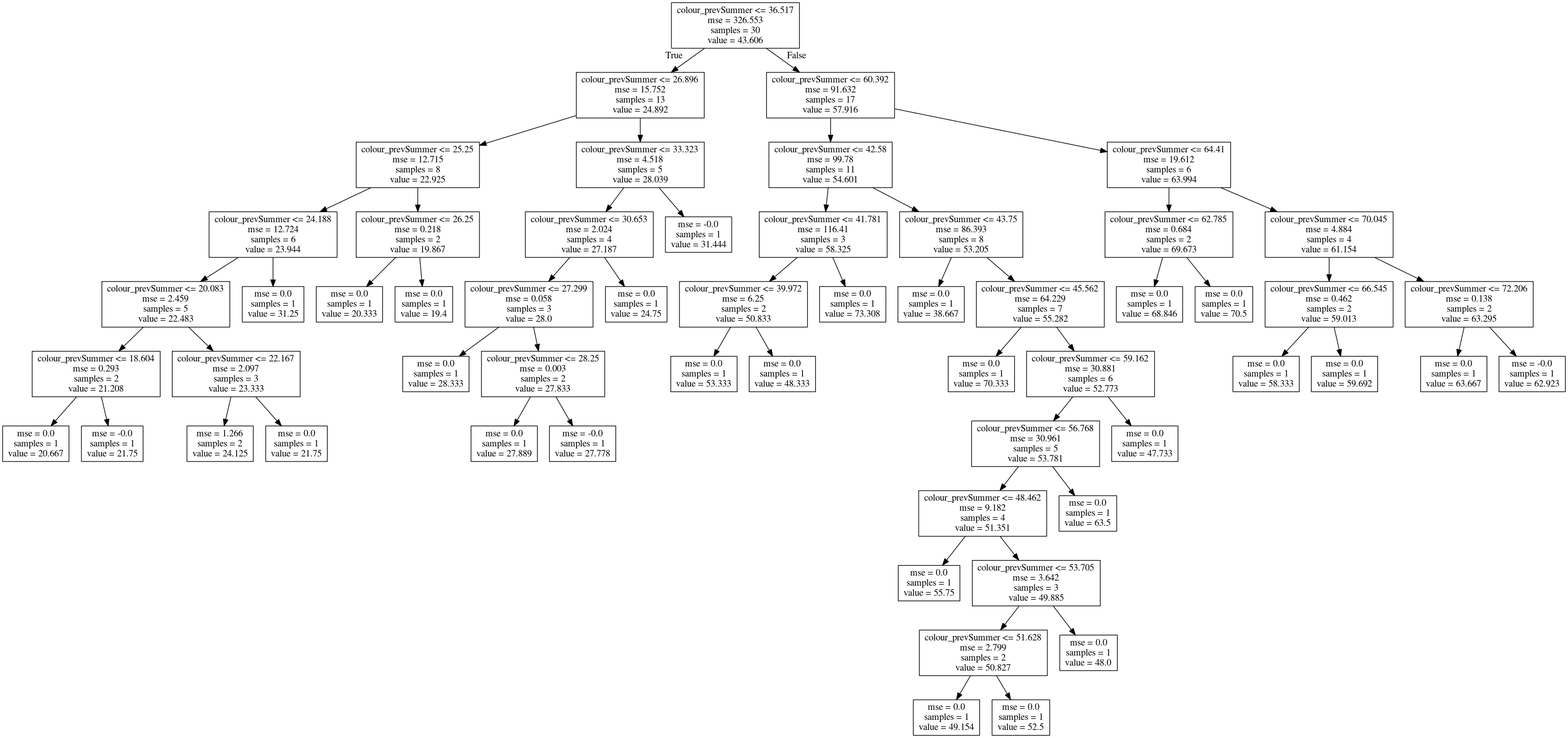
This is Norway_Morsa/Model_Development/Figures/Discretization_regTrees/summ_colour-colour_prevSummer.png from icra/WATExR, a Graphviz export, as it was before one commit. Its source is kept beside it as Norway_Morsa/Model_Development/Figures/Discretization_regTrees/summ_colour-colour_prevSummer.dot. Its diagram source:
```dot
digraph Tree {
node [shape=box] ;
0 [label="colour_prevSummer <= 36.517\nmse = 326.553\nsamples = 30\nvalue = 43.606"] ;
1 [label="colour_prevSummer <= 26.896\nmse = 15.752\nsamples = 13\nvalue = 24.892"] ;
0 -> 1 [labeldistance=2.5, labelangle=45, headlabel="True"] ;
2 [label="colour_prevSummer <= 25.25\nmse = 12.715\nsamples = 8\nvalue = 22.925"] ;
1 -> 2 ;
3 [label="colour_prevSummer <= 24.188\nmse = 12.724\nsamples = 6\nvalue = 23.944"] ;
2 -> 3 ;
4 [label="colour_prevSummer <= 20.083\nmse = 2.459\nsamples = 5\nvalue = 22.483"] ;
3 -> 4 ;
5 [label="colour_prevSummer <= 18.604\nmse = 0.293\nsamples = 2\nvalue = 21.208"] ;
4 -> 5 ;
6 [label="mse = 0.0\nsamples = 1\nvalue = 20.667"] ;
5 -> 6 ;
7 [label="mse = -0.0\nsamples = 1\nvalue = 21.75"] ;
5 -> 7 ;
8 [label="colour_prevSummer <= 22.167\nmse = 2.097\nsamples = 3\nvalue = 23.333"] ;
4 -> 8 ;
9 [label="mse = 1.266\nsamples = 2\nvalue = 24.125"] ;
8 -> 9 ;
10 [label="mse = 0.0\nsamples = 1\nvalue = 21.75"] ;
8 -> 10 ;
11 [label="mse = 0.0\nsamples = 1\nvalue = 31.25"] ;
3 -> 11 ;
12 [label="colour_prevSummer <= 26.25\nmse = 0.218\nsamples = 2\nvalue = 19.867"] ;
2 -> 12 ;
13 [label="mse = 0.0\nsamples = 1\nvalue = 20.333"] ;
12 -> 13 ;
14 [label="mse = 0.0\nsamples = 1\nvalue = 19.4"] ;
12 -> 14 ;
15 [label="colour_prevSummer <= 33.323\nmse = 4.518\nsamples = 5\nvalue = 28.039"] ;
1 -> 15 ;
16 [label="colour_prevSummer <= 30.653\nmse = 2.024\nsamples = 4\nvalue = 27.187"] ;
15 -> 16 ;
17 [label="colour_prevSummer <= 27.299\nmse = 0.058\nsamples = 3\nvalue = 28.0"] ;
16 -> 17 ;
18 [label="mse = 0.0\nsamples = 1\nvalue = 28.333"] ;
17 -> 18 ;
19 [label="colour_prevSummer <= 28.25\nmse = 0.003\nsamples = 2\nvalue = 27.833"] ;
17 -> 19 ;
20 [label="mse = 0.0\nsamples = 1\nvalue = 27.889"] ;
19 -> 20 ;
21 [label="mse = -0.0\nsamples = 1\nvalue = 27.778"] ;
19 -> 21 ;
22 [label="mse = 0.0\nsamples = 1\nvalue = 24.75"] ;
16 -> 22 ;
23 [label="mse = -0.0\nsamples = 1\nvalue = 31.444"] ;
15 -> 23 ;
24 [label="colour_prevSummer <= 60.392\nmse = 91.632\nsamples = 17\nvalue = 57.916"] ;
0 -> 24 [labeldistance=2.5, labelangle=-45, headlabel="False"] ;
25 [label="colour_prevSummer <= 42.58\nmse = 99.78\nsamples = 11\nvalue = 54.601"] ;
24 -> 25 ;
26 [label="colour_prevSummer <= 41.781\nmse = 116.41\nsamples = 3\nvalue = 58.325"] ;
25 -> 26 ;
27 [label="colour_prevSummer <= 39.972\nmse = 6.25\nsamples = 2\nvalue = 50.833"] ;
26 -> 27 ;
28 [label="mse = 0.0\nsamples = 1\nvalue = 53.333"] ;
27 -> 28 ;
29 [label="mse = 0.0\nsamples = 1\nvalue = 48.333"] ;
27 -> 29 ;
30 [label="mse = 0.0\nsamples = 1\nvalue = 73.308"] ;
26 -> 30 ;
31 [label="colour_prevSummer <= 43.75\nmse = 86.393\nsamples = 8\nvalue = 53.205"] ;
25 -> 31 ;
32 [label="mse = 0.0\nsamples = 1\nvalue = 38.667"] ;
31 -> 32 ;
33 [label="colour_prevSummer <= 45.562\nmse = 64.229\nsamples = 7\nvalue = 55.282"] ;
31 -> 33 ;
34 [label="mse = 0.0\nsamples = 1\nvalue = 70.333"] ;
33 -> 34 ;
35 [label="colour_prevSummer <= 59.162\nmse = 30.881\nsamples = 6\nvalue = 52.773"] ;
33 -> 35 ;
36 [label="colour_prevSummer <= 56.768\nmse = 30.961\nsamples = 5\nvalue = 53.781"] ;
35 -> 36 ;
37 [label="colour_prevSummer <= 48.462\nmse = 9.182\nsamples = 4\nvalue = 51.351"] ;
36 -> 37 ;
38 [label="mse = 0.0\nsamples = 1\nvalue = 55.75"] ;
37 -> 38 ;
39 [label="colour_prevSummer <= 53.705\nmse = 3.642\nsamples = 3\nvalue = 49.885"] ;
37 -> 39 ;
40 [label="colour_prevSummer <= 51.628\nmse = 2.799\nsamples = 2\nvalue = 50.827"] ;
39 -> 40 ;
41 [label="mse = 0.0\nsamples = 1\nvalue = 49.154"] ;
40 -> 41 ;
42 [label="mse = 0.0\nsamples = 1\nvalue = 52.5"] ;
40 -> 42 ;
43 [label="mse = 0.0\nsamples = 1\nvalue = 48.0"] ;
39 -> 43 ;
44 [label="mse = 0.0\nsamples = 1\nvalue = 63.5"] ;
36 -> 44 ;
45 [label="mse = 0.0\nsamples = 1\nvalue = 47.733"] ;
35 -> 45 ;
46 [label="colour_prevSummer <= 64.41\nmse = 19.612\nsamples = 6\nvalue = 63.994"] ;
24 -> 46 ;
47 [label="colour_prevSummer <= 62.785\nmse = 0.684\nsamples = 2\nvalue = 69.673"] ;
46 -> 47 ;
48 [label="mse = 0.0\nsamples = 1\nvalue = 68.846"] ;
47 -> 48 ;
49 [label="mse = 0.0\nsamples = 1\nvalue = 70.5"] ;
47 -> 49 ;
50 [label="colour_prevSummer <= 70.045\nmse = 4.884\nsamples = 4\nvalue = 61.154"] ;
46 -> 50 ;
51 [label="colour_prevSummer <= 66.545\nmse = 0.462\nsamples = 2\nvalue = 59.013"] ;
50 -> 51 ;
52 [label="mse = 0.0\nsamples = 1\nvalue = 58.333"] ;
51 -> 52 ;
53 [label="mse = 0.0\nsamples = 1\nvalue = 59.692"] ;
51 -> 53 ;
54 [label="colour_prevSummer <= 72.206\nmse = 0.138\nsamples = 2\nvalue = 63.295"] ;
50 -> 54 ;
55 [label="mse = 0.0\nsamples = 1\nvalue = 63.667"] ;
54 -> 55 ;
56 [label="mse = -0.0\nsamples = 1\nvalue = 62.923"] ;
54 -> 56 ;
}
```
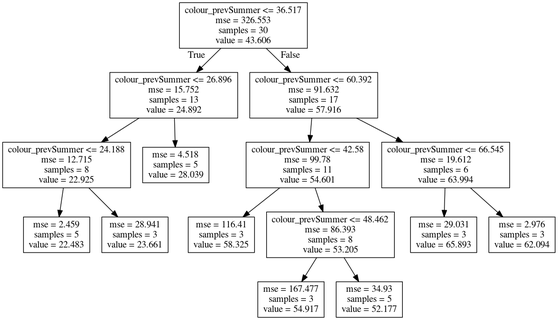
Above is the later version.

The edit, as a diff of the source:
```diff
@@ -3,114 +3,30 @@
 0 [label="colour_prevSummer <= 36.517\nmse = 326.553\nsamples = 30\nvalue = 43.606"] ;
 1 [label="colour_prevSummer <= 26.896\nmse = 15.752\nsamples = 13\nvalue = 24.892"] ;
 0 -> 1 [labeldistance=2.5, labelangle=45, headlabel="True"] ;
-2 [label="colour_prevSummer <= 25.25\nmse = 12.715\nsamples = 8\nvalue = 22.925"] ;
-1 -> 2 ;
-3 [label="colour_prevSummer <= 24.188\nmse = 12.724\nsamples = 6\nvalue = 23.944"] ;
+5 [label="colour_prevSummer <= 24.188\nmse = 12.715\nsamples = 8\nvalue = 22.925"] ;
+1 -> 5 ;
+13 [label="mse = 2.459\nsamples = 5\nvalue = 22.483"] ;
+5 -> 13 ;
+14 [label="mse = 28.941\nsamples = 3\nvalue = 23.661"] ;
+5 -> 14 ;
+6 [label="mse = 4.518\nsamples = 5\nvalue = 28.039"] ;
+1 -> 6 ;
+2 [label="colour_prevSummer <= 60.392\nmse = 91.632\nsamples = 17\nvalue = 57.916"] ;
+0 -> 2 [labeldistance=2.5, labelangle=-45, headlabel="False"] ;
+3 [label="colour_prevSummer <= 42.58\nmse = 99.78\nsamples = 11\nvalue = 54.601"] ;
 2 -> 3 ;
-4 [label="colour_prevSummer <= 20.083\nmse = 2.459\nsamples = 5\nvalue = 22.483"] ;
-3 -> 4 ;
-5 [label="colour_prevSummer <= 18.604\nmse = 0.293\nsamples = 2\nvalue = 21.208"] ;
-4 -> 5 ;
-6 [label="mse = 0.0\nsamples = 1\nvalue = 20.667"] ;
-5 -> 6 ;
-7 [label="mse = -0.0\nsamples = 1\nvalue = 21.75"] ;
-5 -> 7 ;
-8 [label="colour_prevSummer <= 22.167\nmse = 2.097\nsamples = 3\nvalue = 23.333"] ;
-4 -> 8 ;
-9 [label="mse = 1.266\nsamples = 2\nvalue = 24.125"] ;
-8 -> 9 ;
-10 [label="mse = 0.0\nsamples = 1\nvalue = 21.75"] ;
-8 -> 10 ;
-11 [label="mse = 0.0\nsamples = 1\nvalue = 31.25"] ;
-3 -> 11 ;
-12 [label="colour_prevSummer <= 26.25\nmse = 0.218\nsamples = 2\nvalue = 19.867"] ;
-2 -> 12 ;
-13 [label="mse = 0.0\nsamples = 1\nvalue = 20.333"] ;
-12 -> 13 ;
-14 [label="mse = 0.0\nsamples = 1\nvalue = 19.4"] ;
-12 -> 14 ;
-15 [label="colour_prevSummer <= 33.323\nmse = 4.518\nsamples = 5\nvalue = 28.039"] ;
-1 -> 15 ;
-16 [label="colour_prevSummer <= 30.653\nmse = 2.024\nsamples = 4\nvalue = 27.187"] ;
-15 -> 16 ;
-17 [label="colour_prevSummer <= 27.299\nmse = 0.058\nsamples = 3\nvalue = 28.0"] ;
-16 -> 17 ;
-18 [label="mse = 0.0\nsamples = 1\nvalue = 28.333"] ;
-17 -> 18 ;
-19 [label="colour_prevSummer <= 28.25\nmse = 0.003\nsamples = 2\nvalue = 27.833"] ;
-17 -> 19 ;
-20 [label="mse = 0.0\nsamples = 1\nvalue = 27.889"] ;
-19 -> 20 ;
-21 [label="mse = -0.0\nsamples = 1\nvalue = 27.778"] ;
-19 -> 21 ;
-22 [label="mse = 0.0\nsamples = 1\nvalue = 24.75"] ;
-16 -> 22 ;
-23 [label="mse = -0.0\nsamples = 1\nvalue = 31.444"] ;
-15 -> 23 ;
-24 [label="colour_prevSummer <= 60.392\nmse = 91.632\nsamples = 17\nvalue = 57.916"] ;
-0 -> 24 [labeldistance=2.5, labelangle=-45, headlabel="False"] ;
-25 [label="colour_prevSummer <= 42.58\nmse = 99.78\nsamples = 11\nvalue = 54.601"] ;
-24 -> 25 ;
-26 [label="colour_prevSummer <= 41.781\nmse = 116.41\nsamples = 3\nvalue = 58.325"] ;
-25 -> 26 ;
-27 [label="colour_prevSummer <= 39.972\nmse = 6.25\nsamples = 2\nvalue = 50.833"] ;
-26 -> 27 ;
-28 [label="mse = 0.0\nsamples = 1\nvalue = 53.333"] ;
-27 -> 28 ;
-29 [label="mse = 0.0\nsamples = 1\nvalue = 48.333"] ;
-27 -> 29 ;
-30 [label="mse = 0.0\nsamples = 1\nvalue = 73.308"] ;
-26 -> 30 ;
-31 [label="colour_prevSummer <= 43.75\nmse = 86.393\nsamples = 8\nvalue = 53.205"] ;
-25 -> 31 ;
-32 [label="mse = 0.0\nsamples = 1\nvalue = 38.667"] ;
-31 -> 32 ;
-33 [label="colour_prevSummer <= 45.562\nmse = 64.229\nsamples = 7\nvalue = 55.282"] ;
-31 -> 33 ;
-34 [label="mse = 0.0\nsamples = 1\nvalue = 70.333"] ;
-33 -> 34 ;
-35 [label="colour_prevSummer <= 59.162\nmse = 30.881\nsamples = 6\nvalue = 52.773"] ;
-33 -> 35 ;
-36 [label="colour_prevSummer <= 56.768\nmse = 30.961\nsamples = 5\nvalue = 53.781"] ;
-35 -> 36 ;
-37 [label="colour_prevSummer <= 48.462\nmse = 9.182\nsamples = 4\nvalue = 51.351"] ;
-36 -> 37 ;
-38 [label="mse = 0.0\nsamples = 1\nvalue = 55.75"] ;
-37 -> 38 ;
-39 [label="colour_prevSummer <= 53.705\nmse = 3.642\nsamples = 3\nvalue = 49.885"] ;
-37 -> 39 ;
-40 [label="colour_prevSummer <= 51.628\nmse = 2.799\nsamples = 2\nvalue = 50.827"] ;
-39 -> 40 ;
-41 [label="mse = 0.0\nsamples = 1\nvalue = 49.154"] ;
-40 -> 41 ;
-42 [label="mse = 0.0\nsamples = 1\nvalue = 52.5"] ;
-40 -> 42 ;
-43 [label="mse = 0.0\nsamples = 1\nvalue = 48.0"] ;
-39 -> 43 ;
-44 [label="mse = 0.0\nsamples = 1\nvalue = 63.5"] ;
-36 -> 44 ;
-45 [label="mse = 0.0\nsamples = 1\nvalue = 47.733"] ;
-35 -> 45 ;
-46 [label="colour_prevSummer <= 64.41\nmse = 19.612\nsamples = 6\nvalue = 63.994"] ;
-24 -> 46 ;
-47 [label="colour_prevSummer <= 62.785\nmse = 0.684\nsamples = 2\nvalue = 69.673"] ;
-46 -> 47 ;
-48 [label="mse = 0.0\nsamples = 1\nvalue = 68.846"] ;
-47 -> 48 ;
-49 [label="mse = 0.0\nsamples = 1\nvalue = 70.5"] ;
-47 -> 49 ;
-50 [label="colour_prevSummer <= 70.045\nmse = 4.884\nsamples = 4\nvalue = 61.154"] ;
-46 -> 50 ;
-51 [label="colour_prevSummer <= 66.545\nmse = 0.462\nsamples = 2\nvalue = 59.013"] ;
-50 -> 51 ;
-52 [label="mse = 0.0\nsamples = 1\nvalue = 58.333"] ;
-51 -> 52 ;
-53 [label="mse = 0.0\nsamples = 1\nvalue = 59.692"] ;
-51 -> 53 ;
-54 [label="colour_prevSummer <= 72.206\nmse = 0.138\nsamples = 2\nvalue = 63.295"] ;
-50 -> 54 ;
-55 [label="mse = 0.0\nsamples = 1\nvalue = 63.667"] ;
-54 -> 55 ;
-56 [label="mse = -0.0\nsamples = 1\nvalue = 62.923"] ;
-54 -> 56 ;
+7 [label="mse = 116.41\nsamples = 3\nvalue = 58.325"] ;
+3 -> 7 ;
+8 [label="colour_prevSummer <= 48.462\nmse = 86.393\nsamples = 8\nvalue = 53.205"] ;
+3 -> 8 ;
+11 [label="mse = 167.477\nsamples = 3\nvalue = 54.917"] ;
+8 -> 11 ;
+12 [label="mse = 34.93\nsamples = 5\nvalue = 52.177"] ;
+8 -> 12 ;
+4 [label="colour_prevSummer <= 66.545\nmse = 19.612\nsamples = 6\nvalue = 63.994"] ;
+2 -> 4 ;
+9 [label="mse = 29.031\nsamples = 3\nvalue = 65.893"] ;
+4 -> 9 ;
+10 [label="mse = 2.976\nsamples = 3\nvalue = 62.094"] ;
+4 -> 10 ;
 }
```
